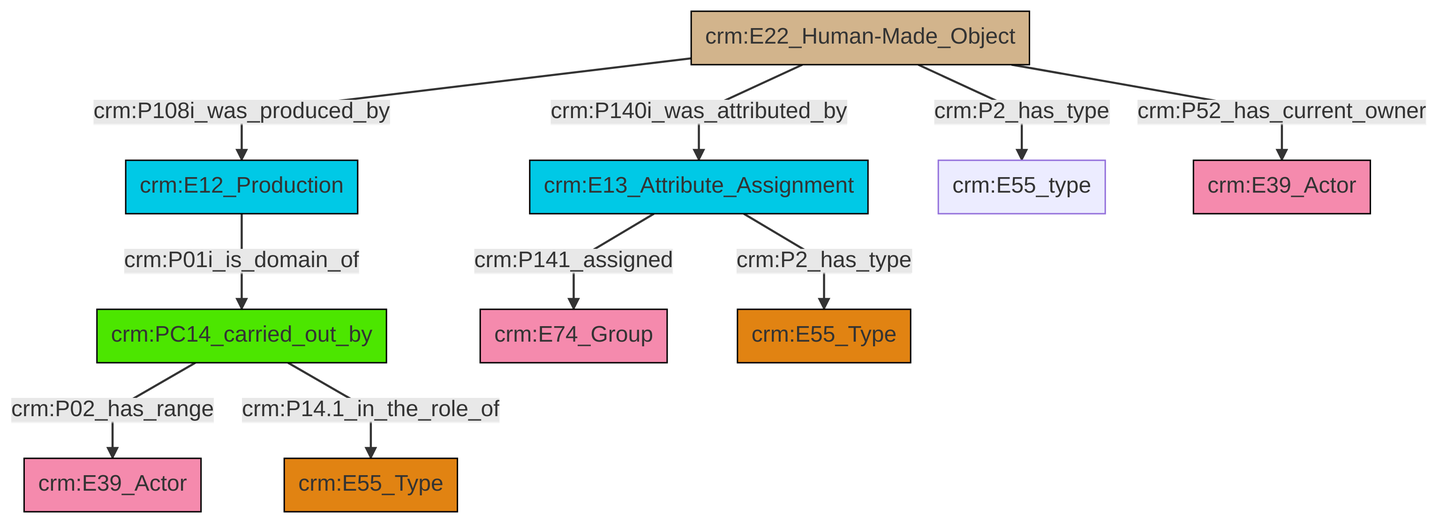
This is et/builtWorkCSV/ttl/mmd/png/Built_Work_actor_relations.png from swiss-art-research-net/reference-data-models, a Mermaid export, as it was before one commit. Its source is kept beside it as et/builtWorkCSV/ttl/mmd/Built_Work_actor_relations.ttl.mmd. The source it was exported from:
```mermaid
graph TD
classDef Literal fill:#f2f2f2,stroke:#000000;
classDef CRM_Entity fill:#FFFFFF,stroke:#000000;
classDef Temporal_Entity fill:#00C9E6, stroke:#000000;
classDef Type fill:#E18312, stroke:#000000;
classDef Time-Span fill:#2C9C91, stroke:#000000;
classDef Appellation fill:#FFEB7F, stroke:#000000;
classDef Place fill:#008836, stroke:#000000;
classDef Persistent_Item fill:#B266B2, stroke:#000000;
classDef Conceptual_Object fill:#FFD700, stroke:#000000;
classDef Physical_Thing fill:#D2B48C, stroke:#000000;
classDef Actor fill:#f58aad, stroke:#000000;
classDef PC_Classes fill:#4ce600, stroke:#000000;
classDef Multi fill:#cccccc,stroke:#000000;

2["crm:E22_Human-Made_Object"]:::Physical_Thing -->|crm:P108i_was_produced_by| 3["crm:E12_Production"]:::Temporal_Entity
5["crm:PC14_carried_out_by"]:::PC_Classes -->|crm:P02_has_range| 6["crm:E39_Actor"]:::Actor
2["crm:E22_Human-Made_Object"]:::Physical_Thing -->|crm:P140i_was_attributed_by| 0["crm:E13_Attribute_Assignment"]:::Temporal_Entity
0["crm:E13_Attribute_Assignment"]:::Temporal_Entity -->|crm:P141_assigned| 9["crm:E74_Group"]:::Actor
3["crm:E12_Production"]:::Temporal_Entity -->|crm:P01i_is_domain_of| 5["crm:PC14_carried_out_by"]:::PC_Classes
5["crm:PC14_carried_out_by"]:::PC_Classes -->|crm:P14.1_in_the_role_of| 12["crm:E55_Type"]:::Type
2["crm:E22_Human-Made_Object"]:::Physical_Thing -->|crm:P52_has_current_owner| 15["crm:E39_Actor"]:::Actor
2["crm:E22_Human-Made_Object"]:::Physical_Thing -->|crm:P2_has_type| 7["crm:E55_type"]:::Default
0["crm:E13_Attribute_Assignment"]:::Temporal_Entity -->|crm:P2_has_type| 10["crm:E55_Type"]:::Type
```
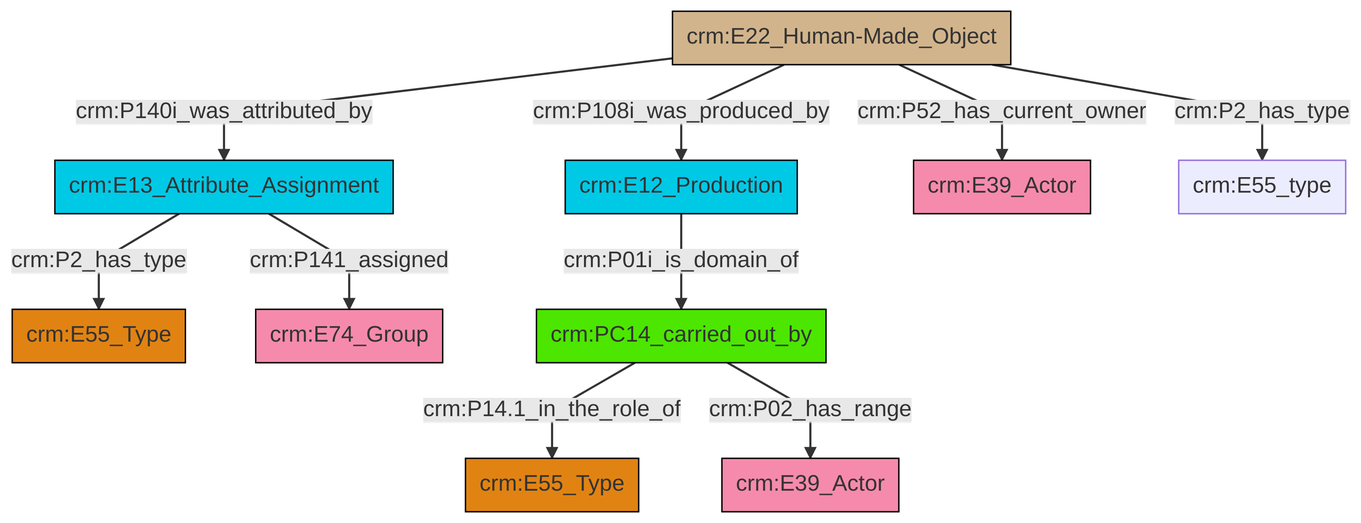
After the change.

Diff of the diagram source:
```diff
@@ -13,12 +13,12 @@
 classDef PC_Classes fill:#4ce600, stroke:#000000;
 classDef Multi fill:#cccccc,stroke:#000000;
 
-2["crm:E22_Human-Made_Object"]:::Physical_Thing -->|crm:P108i_was_produced_by| 3["crm:E12_Production"]:::Temporal_Entity
-5["crm:PC14_carried_out_by"]:::PC_Classes -->|crm:P02_has_range| 6["crm:E39_Actor"]:::Actor
-2["crm:E22_Human-Made_Object"]:::Physical_Thing -->|crm:P140i_was_attributed_by| 0["crm:E13_Attribute_Assignment"]:::Temporal_Entity
-0["crm:E13_Attribute_Assignment"]:::Temporal_Entity -->|crm:P141_assigned| 9["crm:E74_Group"]:::Actor
-3["crm:E12_Production"]:::Temporal_Entity -->|crm:P01i_is_domain_of| 5["crm:PC14_carried_out_by"]:::PC_Classes
-5["crm:PC14_carried_out_by"]:::PC_Classes -->|crm:P14.1_in_the_role_of| 12["crm:E55_Type"]:::Type
-2["crm:E22_Human-Made_Object"]:::Physical_Thing -->|crm:P52_has_current_owner| 15["crm:E39_Actor"]:::Actor
-2["crm:E22_Human-Made_Object"]:::Physical_Thing -->|crm:P2_has_type| 7["crm:E55_type"]:::Default
-0["crm:E13_Attribute_Assignment"]:::Temporal_Entity -->|crm:P2_has_type| 10["crm:E55_Type"]:::Type
+0["crm:E13_Attribute_Assignment"]:::Temporal_Entity -->|crm:P2_has_type| 1["crm:E55_Type"]:::Type
+4["crm:PC14_carried_out_by"]:::PC_Classes -->|crm:P14.1_in_the_role_of| 5["crm:E55_Type"]:::Type
+6["crm:E22_Human-Made_Object"]:::Physical_Thing -->|crm:P108i_was_produced_by| 7["crm:E12_Production"]:::Temporal_Entity
+6["crm:E22_Human-Made_Object"]:::Physical_Thing -->|crm:P140i_was_attributed_by| 0["crm:E13_Attribute_Assignment"]:::Temporal_Entity
+6["crm:E22_Human-Made_Object"]:::Physical_Thing -->|crm:P52_has_current_owner| 11["crm:E39_Actor"]:::Actor
+7["crm:E12_Production"]:::Temporal_Entity -->|crm:P01i_is_domain_of| 4["crm:PC14_carried_out_by"]:::PC_Classes
+6["crm:E22_Human-Made_Object"]:::Physical_Thing -->|crm:P2_has_type| 15["crm:E55_type"]:::Default
+4["crm:PC14_carried_out_by"]:::PC_Classes -->|crm:P02_has_range| 12["crm:E39_Actor"]:::Actor
+0["crm:E13_Attribute_Assignment"]:::Temporal_Entity -->|crm:P141_assigned| 2["crm:E74_Group"]:::Actor
```
